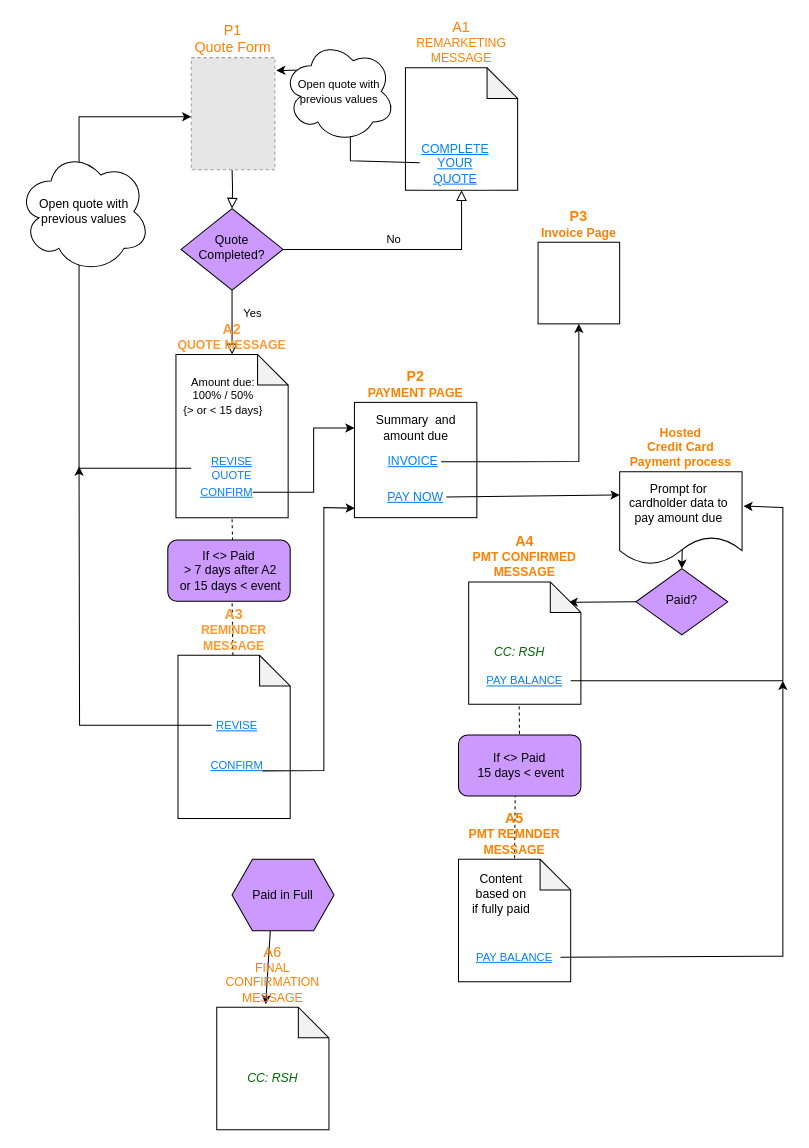
This is WeddingAutoQuote_Rev2.drawio from MikeMooreSOH/MikeMooreSOH, a draw.io file, before an edit. Source tidied: cells renumbered, new cells numbered last; positions are measured from the earlier drawing's top-left corner, leaving out a move shared by most shapes. Both pictures are drawn from the tidied source at 102%, with x=0, y=0 at pixel (17, 40). Pictures stored in the file or linked from it are replaced by grey dashed boxes.
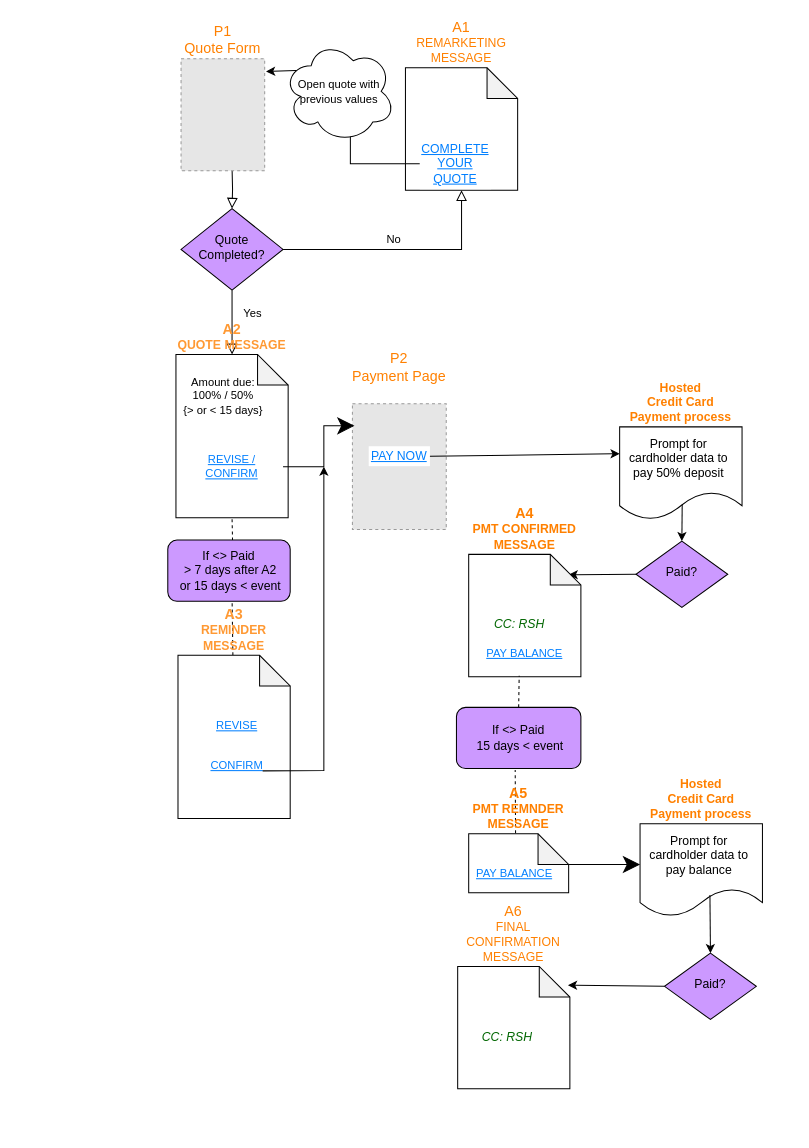
Above is the later version.

The change refers to these unchanged cells:
```xml
<mxCell id="8" value="&lt;font color=&quot;#007FFF&quot;&gt;&lt;u&gt;&lt;font style=&quot;font-size: 11px&quot;&gt;CONFIRM&lt;/font&gt;&lt;/u&gt;&lt;/font&gt;" style="rounded=0;whiteSpace=wrap;html=1;fontColor=#000000;fillColor=#FFFFFF;strokeWidth=0;strokeColor=none;" parent="6" vertex="1">
  <mxGeometry x="33" y="96" width="50" height="23" as="geometry" />
</mxCell>
<mxCell id="9" value="&lt;font color=&quot;#007FFF&quot;&gt;&lt;u&gt;&lt;font style=&quot;font-size: 11px&quot;&gt;REVISE&lt;/font&gt;&lt;/u&gt;&lt;/font&gt;" style="rounded=0;whiteSpace=wrap;html=1;fontColor=#000000;fillColor=#FFFFFF;strokeWidth=0;strokeColor=none;" parent="6" vertex="1">
  <mxGeometry x="33" y="60" width="50" height="17" as="geometry" />
</mxCell>
<mxCell id="15" value="Quote Completed?" style="rhombus;whiteSpace=wrap;html=1;shadow=0;fontFamily=Helvetica;fontSize=12;align=center;strokeWidth=1;spacing=6;spacingTop=-4;fillColor=#CC99FF;" parent="1" vertex="1">
  <mxGeometry x="160" y="165" width="100" height="80" as="geometry" />
</mxCell>
<mxCell id="18" value="&lt;div style=&quot;font-size: 12px&quot;&gt;&lt;font size=&quot;1&quot;&gt;&lt;b&gt;&lt;font style=&quot;font-size: 14px&quot; color=&quot;#FF9933&quot;&gt;A2&lt;/font&gt;&lt;/b&gt;&lt;/font&gt;&lt;/div&gt;&lt;b&gt;&lt;font style=&quot;font-size: 12px&quot; color=&quot;#FF9933&quot;&gt;QUOTE MESSAGE&lt;/font&gt;&lt;/b&gt;" style="shape=note;whiteSpace=wrap;html=1;backgroundOutline=1;darkOpacity=0.05;rounded=0;labelPosition=center;verticalLabelPosition=top;align=center;verticalAlign=bottom;" parent="1" vertex="1">
  <mxGeometry x="155" y="308" width="110" height="160" as="geometry" />
</mxCell>
<mxCell id="26" value="&lt;font color=&quot;#007FFF&quot;&gt;&lt;u&gt;COMPLETE YOUR QUOTE&lt;br&gt;&lt;/u&gt;&lt;/font&gt;" style="rounded=0;whiteSpace=wrap;html=1;fontColor=#000000;fillColor=#FFFFFF;strokeWidth=0;strokeColor=none;" parent="24" vertex="1">
  <mxGeometry x="14" y="69" width="70" height="50" as="geometry" />
</mxCell>
<mxCell id="35" value="&lt;font color=&quot;#007FFF&quot;&gt;&lt;u&gt;&lt;font style=&quot;font-size: 11px&quot;&gt;PAY BALANCE&lt;/font&gt;&lt;/u&gt;&lt;/font&gt;" style="rounded=0;whiteSpace=wrap;html=1;fontColor=#000000;fillColor=#FFFFFF;strokeWidth=0;strokeColor=none;" parent="33" vertex="1">
  <mxGeometry x="10" y="87" width="90" height="20" as="geometry" />
</mxCell>
<mxCell id="38" value="&lt;div&gt;&lt;b&gt;&lt;font color=&quot;#FF8000&quot;&gt;Hosted&lt;/font&gt;&lt;/b&gt;&lt;/div&gt;&lt;div&gt;&lt;b&gt;&lt;font color=&quot;#FF8000&quot;&gt;Credit Card&lt;/font&gt;&lt;/b&gt;&lt;/div&gt;&lt;div&gt;&lt;b&gt;&lt;font color=&quot;#FF8000&quot;&gt;Payment process&lt;br&gt;&lt;/font&gt;&lt;/b&gt;&lt;/div&gt;" style="shape=document;whiteSpace=wrap;html=1;boundedLbl=1;rounded=0;fontColor=#000000;labelPosition=center;verticalLabelPosition=top;align=center;verticalAlign=bottom;" parent="37" vertex="1">
  <mxGeometry width="120" height="91" as="geometry" />
</mxCell>
```

Change to the diagram source:
```diff
@@
-    <mxCell id="2" style="endArrow=classic;html=1;rounded=0;fontSize=11;fontColor=#007FFF;exitX=0.375;exitY=1;exitDx=0;exitDy=0;entryX=0.436;entryY=-0.025;entryDx=0;entryDy=0;entryPerimeter=0;" parent="1" edge="1" source="52" target="53">
-      <mxGeometry relative="1" as="geometry" />
-    </mxCell>
+    <mxCell id="59" value="P2&#10;Payment Page&#10;" style="fillColor=#E6E6E6;strokeColor=#999999;dashed=1;verticalLabelPosition=top;verticalAlign=bottom;labelPosition=center;align=center;fontColor=#FF8000;fontSize=14;" parent="1" vertex="1">
+      <mxGeometry x="328" y="356.3" width="92" height="123.4" as="geometry" />
+    </mxCell>
@@
-    <mxCell id="4" style="endArrow=none;dashed=1;html=1;rounded=0;fontSize=12;fontColor=#000000;entryX=0.463;entryY=0.992;entryDx=0;entryDy=0;entryPerimeter=0;exitX=0.5;exitY=0;exitDx=0;exitDy=0;exitPerimeter=0;" parent="1" edge="1">
+    <mxCell id="4" style="endArrow=none;dashed=1;html=1;rounded=0;fontSize=12;fontColor=#000000;entryX=0.463;entryY=0.992;entryDx=0;entryDy=0;entryPerimeter=0;exitX=0.469;exitY=-0.009;exitDx=0;exitDy=0;exitPerimeter=0;" parent="1" edge="1" source="48">
       <mxGeometry relative="1" as="geometry">
-        <mxPoint x="487" y="802" as="sourcePoint" />
-        <mxPoint x="487.6" y="739.5" as="targetPoint" />
+        <mxPoint x="487.6" y="715.5" as="targetPoint" />
       </mxGeometry>
     </mxCell>
@@
-    <mxCell id="10" value="&lt;div&gt;&lt;font size=&quot;1&quot;&gt;&lt;b&gt;&lt;font style=&quot;font-size: 14px&quot; color=&quot;#FF8000&quot;&gt;P2&lt;/font&gt;&lt;/b&gt;&lt;/font&gt;&lt;/div&gt;&lt;div&gt;&lt;b&gt;&lt;font color=&quot;#FF8000&quot;&gt;PAYMENT PAGE&lt;/font&gt;&lt;/b&gt;&lt;/div&gt;" style="rounded=0;whiteSpace=wrap;html=1;fontSize=12;glass=0;strokeWidth=1;shadow=0;labelPosition=center;verticalLabelPosition=top;align=center;verticalAlign=bottom;" parent="1" vertex="1">
-      <mxGeometry x="330" y="355" width="120" height="113" as="geometry" />
-    </mxCell>
-    <mxCell id="11" value="&lt;font color=&quot;#007FFF&quot;&gt;&lt;u&gt;INVOICE&lt;/u&gt;&lt;/font&gt;" style="rounded=0;whiteSpace=wrap;html=1;fontColor=#000000;fillColor=#FFFFFF;strokeWidth=0;strokeColor=none;" parent="1" vertex="1">
-      <mxGeometry x="360" y="403.5" width="55" height="19.5" as="geometry" />
-    </mxCell>
-    <mxCell id="12" value="Yes" style="rounded=0;html=1;jettySize=auto;fontSize=11;endArrow=block;endFill=0;endSize=8;strokeWidth=1;shadow=0;labelBackgroundColor=none;edgeStyle=orthogonalEdgeStyle;labelPosition=center;verticalLabelPosition=top;align=center;verticalAlign=bottom;" parent="1" edge="1" source="15" target="18">
+    <mxCell id="12" value="Yes" style="rounded=0;html=1;jettySize=auto;fontSize=11;endArrow=block;endFill=0;endSize=8;strokeWidth=1;shadow=0;labelBackgroundColor=none;edgeStyle=orthogonalEdgeStyle;labelPosition=center;verticalLabelPosition=top;align=center;verticalAlign=bottom;startArrow=none;exitX=0.5;exitY=1;exitDx=0;exitDy=0;" parent="1" edge="1" source="15" target="18">
       <mxGeometry y="20" relative="1" as="geometry" />
     </mxCell>
@@
-    <mxCell id="16" style="endArrow=classic;html=1;rounded=0;fontColor=#FF8000;entryX=0.5;entryY=1;entryDx=0;entryDy=0;exitX=1;exitY=0.5;exitDx=0;exitDy=0;" parent="1" edge="1" source="11" target="17">
-      <mxGeometry relative="1" as="geometry">
-        <Array as="points">
-          <mxPoint x="550" y="413" />
-        </Array>
-      </mxGeometry>
-    </mxCell>
-    <mxCell id="17" value="&lt;div&gt;&lt;font size=&quot;1&quot;&gt;&lt;b&gt;&lt;font style=&quot;font-size: 14px&quot; color=&quot;#FF8000&quot;&gt;P3&lt;/font&gt;&lt;/b&gt;&lt;/font&gt;&lt;/div&gt;&lt;div&gt;&lt;b&gt;&lt;font color=&quot;#FF8000&quot;&gt;Invoice Page&lt;br&gt;&lt;/font&gt;&lt;/b&gt;&lt;/div&gt;" style="whiteSpace=wrap;html=1;rounded=0;fontColor=#FF8000;labelPosition=center;verticalLabelPosition=top;align=center;verticalAlign=bottom;" parent="1" vertex="1">
-      <mxGeometry x="510" y="198" width="80" height="80" as="geometry" />
-    </mxCell>
@@
-    <mxCell id="19" style="endArrow=classic;html=1;rounded=0;fontColor=#000000;exitX=1;exitY=0.75;exitDx=0;exitDy=0;entryX=0;entryY=0.204;entryDx=0;entryDy=0;entryPerimeter=0;" parent="1" edge="1">
-      <mxGeometry relative="1" as="geometry">
-        <mxPoint x="230" y="443.2" as="sourcePoint" />
-        <mxPoint x="330" y="380.1" as="targetPoint" />
-        <Array as="points">
-          <mxPoint x="250" y="443" />
-          <mxPoint x="280" y="443" />
-          <mxPoint x="290" y="443" />
-          <mxPoint x="290" y="380" />
-        </Array>
-      </mxGeometry>
-    </mxCell>
-    <mxCell id="20" style="edgeStyle=orthogonalEdgeStyle;rounded=0;jettySize=auto;html=1;exitX=0;exitY=0.5;exitDx=0;exitDy=0;fontSize=12;fontColor=#000000;startArrow=none;startFill=0;endArrow=classic;endFill=1;entryX=0;entryY=0.391;entryDx=0;entryDy=0;entryPerimeter=0;" parent="1" edge="1" source="21">
-      <mxGeometry relative="1" as="geometry">
-        <mxPoint x="170" y="75" as="targetPoint" />
-        <Array as="points">
-          <mxPoint x="60" y="420" />
-          <mxPoint x="60" y="75" />
-        </Array>
-      </mxGeometry>
-    </mxCell>
-    <mxCell id="21" value="&lt;font color=&quot;#007FFF&quot;&gt;&lt;u&gt;REVISE QUOTE&lt;br&gt;&lt;/u&gt;&lt;/font&gt;" style="rounded=0;whiteSpace=wrap;html=1;fontColor=#000000;fillColor=#FFFFFF;strokeWidth=0;strokeColor=none;fontSize=11;" parent="1" vertex="1">
-      <mxGeometry x="170" y="411" width="80" height="17" as="geometry" />
+    <mxCell id="21" value="&lt;font color=&quot;#007FFF&quot;&gt;&lt;u&gt;REVISE / CONFIRM&lt;br&gt;&lt;/u&gt;&lt;/font&gt;" style="rounded=0;whiteSpace=wrap;html=1;fontColor=#000000;fillColor=#FFFFFF;strokeWidth=0;strokeColor=none;fontSize=11;" parent="1" vertex="1">
+      <mxGeometry x="160" y="398" width="100" height="40" as="geometry" />
     </mxCell>
-    <mxCell id="22" value="&lt;font size=&quot;1&quot; color=&quot;#007FFF&quot;&gt;&lt;u style=&quot;font-size: 11px&quot;&gt;CONFIRM&lt;/u&gt;&lt;/font&gt;" style="rounded=0;whiteSpace=wrap;html=1;fontColor=#000000;fillColor=#FFFFFF;strokeWidth=0;strokeColor=none;" parent="1" vertex="1">
-      <mxGeometry x="180" y="431" width="50" height="23" as="geometry" />
-    </mxCell>
     <mxCell id="23" value="P1&#10;Quote Form" style="fillColor=#E6E6E6;strokeColor=#999999;dashed=1;verticalLabelPosition=top;verticalAlign=bottom;labelPosition=center;align=center;fontColor=#FF8000;fontSize=14;" parent="1" vertex="1">
-      <mxGeometry x="170" y="17" width="82" height="110" as="geometry" />
+      <mxGeometry x="160" y="18" width="82" height="110" as="geometry" />
     </mxCell>
@@
     <mxCell id="27" value="&lt;font color=&quot;#007FFF&quot;&gt;&lt;u&gt;PAY NOW&lt;/u&gt;&lt;/font&gt;" style="rounded=0;whiteSpace=wrap;html=1;fontColor=#000000;fillColor=#FFFFFF;strokeWidth=0;strokeColor=none;" parent="1" vertex="1">
-      <mxGeometry x="360" y="438" width="60" height="19.5" as="geometry" />
+      <mxGeometry x="344" y="398" width="60" height="19.5" as="geometry" />
     </mxCell>
-    <mxCell id="28" style="endArrow=classic;html=1;rounded=0;fontSize=12;fontColor=#FF8000;entryX=0;entryY=0.25;entryDx=0;entryDy=0;exitX=1;exitY=0.5;exitDx=0;exitDy=0;" parent="1" edge="1" source="27" target="38">
+    <mxCell id="28" style="endArrow=classic;html=1;rounded=0;fontSize=12;fontColor=#FF8000;entryX=0;entryY=0.289;entryDx=0;entryDy=0;exitX=1;exitY=0.5;exitDx=0;exitDy=0;entryPerimeter=0;" parent="1" edge="1" source="27" target="38">
       <mxGeometry relative="1" as="geometry" />
     </mxCell>
-    <mxCell id="29" value="&lt;div&gt;Summary&amp;nbsp; and amount due&lt;br&gt;&lt;/div&gt;" style="text;html=1;strokeColor=none;fillColor=none;align=center;verticalAlign=middle;whiteSpace=wrap;rounded=0;fontSize=12;fontColor=#000000;" parent="1" vertex="1">
-      <mxGeometry x="348.8" y="361" width="82.5" height="37" as="geometry" />
-    </mxCell>
     <mxCell id="30" value="Paid?" style="rhombus;whiteSpace=wrap;html=1;shadow=0;fontFamily=Helvetica;fontSize=12;align=center;strokeWidth=1;spacing=6;spacingTop=-4;fillColor=#CC99FF;" parent="1" vertex="1">
-      <mxGeometry x="606" y="518" width="90" height="65" as="geometry" />
+      <mxGeometry x="606" y="491" width="90" height="65" as="geometry" />
     </mxCell>
@@
     <mxCell id="32" style="endArrow=none;html=1;rounded=0;fontSize=12;fontColor=#000000;startArrow=classic;startFill=1;endFill=0;entryX=0;entryY=0.5;entryDx=0;entryDy=0;" parent="1" edge="1" target="30">
       <mxGeometry relative="1" as="geometry">
-        <mxPoint x="540" y="551" as="sourcePoint" />
+        <mxPoint x="540" y="524" as="sourcePoint" />
       </mxGeometry>
     </mxCell>
     <mxCell id="33" style="group;" parent="1" vertex="1">
-      <mxGeometry x="442" y="531" width="110" height="120" as="geometry" />
+      <mxGeometry x="442" y="504" width="110" height="120" as="geometry" />
     </mxCell>
@@
     <mxCell id="37" style="group;" parent="1" vertex="1">
-      <mxGeometry x="590" y="423" width="120" height="91" as="geometry" />
+      <mxGeometry x="590" y="379" width="120" height="91" as="geometry" />
     </mxCell>
@@
-    <mxCell id="39" value="Prompt for cardholder data to pay amount due" style="text;html=1;strokeColor=none;fillColor=none;align=center;verticalAlign=middle;whiteSpace=wrap;rounded=0;fontSize=12;fontColor=#000000;" parent="37" vertex="1">
+    <mxCell id="39" value="Prompt for cardholder data to pay 50% deposit" style="text;html=1;strokeColor=none;fillColor=none;align=center;verticalAlign=middle;whiteSpace=wrap;rounded=0;fontSize=12;fontColor=#000000;" parent="37" vertex="1">
       <mxGeometry x="6" y="1" width="104" height="60" as="geometry" />
     </mxCell>
@@
-    <mxCell id="41" value="Open quote with previous values" style="ellipse;shape=cloud;whiteSpace=wrap;html=1;fontSize=12;fontColor=#000000;" parent="1" vertex="1">
-      <mxGeometry y="108" width="130" height="120" as="geometry" />
-    </mxCell>
-    <mxCell id="42" style="edgeStyle=orthogonalEdgeStyle;rounded=0;jettySize=auto;html=1;exitX=0;exitY=0.5;exitDx=0;exitDy=0;fontSize=12;fontColor=#000000;startArrow=none;startFill=0;endArrow=classic;endFill=1;" parent="1" edge="1" source="9">
-      <mxGeometry relative="1" as="geometry">
-        <mxPoint x="60" y="418" as="targetPoint" />
-      </mxGeometry>
-    </mxCell>
-    <mxCell id="43" style="endArrow=classic;html=1;rounded=0;fontColor=#000000;exitX=1;exitY=0.75;exitDx=0;exitDy=0;entryX=0.003;entryY=0.919;entryDx=0;entryDy=0;entryPerimeter=0;" parent="1" edge="1" source="8" target="10">
+    <mxCell id="43" style="endArrow=classic;html=1;rounded=0;fontColor=#000000;exitX=1;exitY=0.75;exitDx=0;exitDy=0;" parent="1" edge="1" source="8">
       <mxGeometry relative="1" as="geometry">
+        <mxPoint x="300" y="418" as="targetPoint" />
         <Array as="points">
           <mxPoint x="300" y="716" />
           <mxPoint x="300" y="458" />
         </Array>
       </mxGeometry>
     </mxCell>
@@
     <mxCell id="46" value="&lt;div&gt;If &amp;lt;&amp;gt; Paid&lt;/div&gt;&lt;div&gt;&amp;nbsp;15 days &amp;lt; event&lt;br&gt;&lt;/div&gt;" style="rounded=1;whiteSpace=wrap;html=1;fontSize=12;fontColor=#000000;fillColor=#CC99FF;" parent="1" vertex="1">
-      <mxGeometry x="432" y="681" width="120" height="60" as="geometry" />
+      <mxGeometry x="430" y="654" width="122" height="60" as="geometry" />
     </mxCell>
     <mxCell id="47" style="group;" parent="1" vertex="1">
-      <mxGeometry x="432" y="803" width="110" height="120" as="geometry" />
+      <mxGeometry x="442" y="778" width="98" height="75" as="geometry" />
     </mxCell>
     <mxCell id="48" value="&lt;div&gt;&lt;font size=&quot;1&quot;&gt;&lt;b&gt;&lt;font style=&quot;font-size: 14px&quot; color=&quot;#FF8000&quot;&gt;A5&lt;/font&gt;&lt;/b&gt;&lt;/font&gt;&lt;/div&gt;&lt;div&gt;&lt;b&gt;&lt;font color=&quot;#FF8000&quot;&gt;PMT REMNDER&lt;br&gt;&lt;/font&gt;&lt;/b&gt;&lt;/div&gt;&lt;div&gt;&lt;b&gt;&lt;font color=&quot;#FF8000&quot;&gt;MESSAGE&lt;/font&gt;&lt;/b&gt;&lt;/div&gt;" style="shape=note;whiteSpace=wrap;html=1;backgroundOutline=1;darkOpacity=0.05;rounded=0;labelPosition=center;verticalLabelPosition=top;align=center;verticalAlign=bottom;" parent="47" vertex="1">
-      <mxGeometry width="110" height="120" as="geometry" />
+      <mxGeometry width="98" height="57.7" as="geometry" />
     </mxCell>
     <mxCell id="49" value="&lt;font color=&quot;#007FFF&quot;&gt;&lt;u&gt;&lt;font style=&quot;font-size: 11px&quot;&gt;PAY BALANCE&lt;/font&gt;&lt;/u&gt;&lt;/font&gt;" style="rounded=0;whiteSpace=wrap;html=1;fontColor=#000000;fillColor=#FFFFFF;strokeWidth=0;strokeColor=none;" parent="47" vertex="1">
-      <mxGeometry x="10" y="86" width="90" height="20" as="geometry" />
+      <mxGeometry x="4.9" y="33.2" width="80.2" height="12.5" as="geometry" />
     </mxCell>
-    <mxCell id="50" value="Content based on if fully paid" style="text;html=1;strokeColor=none;fillColor=none;align=center;verticalAlign=middle;whiteSpace=wrap;rounded=0;fontSize=12;fontColor=#000000;" parent="47" vertex="1">
-      <mxGeometry x="12" y="9" width="60" height="50" as="geometry" />
-    </mxCell>
-    <mxCell id="51" style="endArrow=none;dashed=1;html=1;rounded=0;fontSize=12;fontColor=#000000;entryX=0.45;entryY=1;entryDx=0;entryDy=0;entryPerimeter=0;" parent="1" edge="1">
+    <mxCell id="51" style="endArrow=none;dashed=1;html=1;rounded=0;fontSize=12;fontColor=#000000;entryX=0.45;entryY=1;entryDx=0;entryDy=0;entryPerimeter=0;exitX=0.5;exitY=0;exitDx=0;exitDy=0;" parent="1" edge="1" source="46">
       <mxGeometry relative="1" as="geometry">
-        <mxPoint x="491.8" y="680" as="sourcePoint" />
-        <mxPoint x="491.5" y="650" as="targetPoint" />
+        <mxPoint x="491.5" y="623" as="targetPoint" />
       </mxGeometry>
     </mxCell>
-    <mxCell id="52" value="Paid in Full" style="shape=hexagon;perimeter=hexagonPerimeter2;whiteSpace=wrap;html=1;fixedSize=1;fontSize=12;fontColor=#000000;fillColor=#CC99FF;" parent="1" vertex="1">
-      <mxGeometry x="210" y="803" width="100" height="70" as="geometry" />
-    </mxCell>
     <mxCell id="53" value="&lt;div&gt;&lt;font style=&quot;font-size: 14px&quot; color=&quot;#FF8000&quot;&gt;A6&lt;/font&gt;&lt;/div&gt;&lt;div&gt;&lt;font color=&quot;#FF8000&quot;&gt;FINAL CONFIRMATION MESSAGE&lt;br&gt;&lt;/font&gt;&lt;/div&gt;" style="shape=note;whiteSpace=wrap;html=1;backgroundOutline=1;darkOpacity=0.05;rounded=0;labelPosition=center;verticalLabelPosition=top;align=center;verticalAlign=bottom;" parent="1" vertex="1">
-      <mxGeometry x="195" y="948" width="110" height="120" as="geometry" />
+      <mxGeometry x="431.2" y="908" width="110" height="120" as="geometry" />
     </mxCell>
     <mxCell id="54" value="&lt;font color=&quot;#006600&quot;&gt;&lt;i&gt;CC: RSH&lt;/i&gt;&lt;/font&gt;" style="text;html=1;strokeColor=none;fillColor=none;align=center;verticalAlign=middle;whiteSpace=wrap;rounded=0;fontSize=12;fontColor=#FF8000;" parent="1" vertex="1">
-      <mxGeometry x="220" y="1008" width="60" height="20" as="geometry" />
+      <mxGeometry x="450" y="968" width="60" height="20" as="geometry" />
     </mxCell>
     <mxCell id="55" style="endArrow=classic;html=1;rounded=0;fontSize=11;fontColor=#007FFF;entryX=1.016;entryY=0.115;entryDx=0;entryDy=0;entryPerimeter=0;" parent="1" edge="1" source="26" target="23">
       <mxGeometry relative="1" as="geometry">
         <Array as="points">
-          <mxPoint x="326" y="118" />
+          <mxPoint x="326" y="121" />
           <mxPoint x="326" y="28" />
         </Array>
       </mxGeometry>
     </mxCell>
@@
-    <mxCell id="57" style="endArrow=classic;html=1;rounded=0;fontSize=11;fontColor=#007FFF;entryX=1.011;entryY=0.37;entryDx=0;entryDy=0;entryPerimeter=0;" parent="1" edge="1" source="35" target="38">
-      <mxGeometry relative="1" as="geometry">
-        <Array as="points">
-          <mxPoint x="750" y="628" />
-          <mxPoint x="750" y="458" />
-        </Array>
-      </mxGeometry>
-    </mxCell>
-    <mxCell id="58" style="endArrow=classic;html=1;rounded=0;fontSize=11;fontColor=#007FFF;exitX=1;exitY=0.5;exitDx=0;exitDy=0;" parent="1" edge="1" source="49">
-      <mxGeometry relative="1" as="geometry">
-        <mxPoint x="750" y="628" as="targetPoint" />
-        <Array as="points">
-          <mxPoint x="750" y="898" />
-        </Array>
-      </mxGeometry>
-    </mxCell>
+    <mxCell id="60" style="endArrow=classic;html=1;rounded=0;startSize=14;endSize=14;sourcePerimeterSpacing=8;targetPerimeterSpacing=8;exitX=1;exitY=0.5;exitDx=0;exitDy=0;" parent="1" edge="1" source="21">
+      <mxGeometry relative="1" as="geometry">
+        <mxPoint x="330" y="378" as="targetPoint" />
+        <Array as="points">
+          <mxPoint x="300" y="418" />
+          <mxPoint x="300" y="378" />
+        </Array>
+      </mxGeometry>
+    </mxCell>
+    <mxCell id="61" style="group;" parent="1" vertex="1">
+      <mxGeometry x="610" y="768" width="120" height="91" as="geometry" />
+    </mxCell>
+    <mxCell id="62" value="&lt;div&gt;&lt;b&gt;&lt;font color=&quot;#FF8000&quot;&gt;Hosted&lt;/font&gt;&lt;/b&gt;&lt;/div&gt;&lt;div&gt;&lt;b&gt;&lt;font color=&quot;#FF8000&quot;&gt;Credit Card&lt;/font&gt;&lt;/b&gt;&lt;/div&gt;&lt;div&gt;&lt;b&gt;&lt;font color=&quot;#FF8000&quot;&gt;Payment process&lt;br&gt;&lt;/font&gt;&lt;/b&gt;&lt;/div&gt;" style="shape=document;whiteSpace=wrap;html=1;boundedLbl=1;rounded=0;fontColor=#000000;labelPosition=center;verticalLabelPosition=top;align=center;verticalAlign=bottom;" parent="61" vertex="1">
+      <mxGeometry width="120" height="91" as="geometry" />
+    </mxCell>
+    <mxCell id="63" value="Prompt for cardholder data to pay balance" style="text;html=1;strokeColor=none;fillColor=none;align=center;verticalAlign=middle;whiteSpace=wrap;rounded=0;fontSize=12;fontColor=#000000;" parent="61" vertex="1">
+      <mxGeometry x="6" y="1" width="104" height="60" as="geometry" />
+    </mxCell>
+    <mxCell id="64" style="endArrow=classic;html=1;rounded=0;fontSize=11;startSize=14;endSize=14;sourcePerimeterSpacing=8;targetPerimeterSpacing=8;entryX=0;entryY=0.44;entryDx=0;entryDy=0;entryPerimeter=0;exitX=0;exitY=0;exitDx=98;exitDy=30;exitPerimeter=0;" parent="1" edge="1" source="48" target="62">
+      <mxGeometry relative="1" as="geometry" />
+    </mxCell>
+    <mxCell id="65" value="Paid?" style="rhombus;whiteSpace=wrap;html=1;shadow=0;fontFamily=Helvetica;fontSize=12;align=center;strokeWidth=1;spacing=6;spacingTop=-4;fillColor=#CC99FF;" parent="1" vertex="1">
+      <mxGeometry x="634" y="895" width="90" height="65" as="geometry" />
+    </mxCell>
+    <mxCell id="66" style="endArrow=none;html=1;rounded=0;fontSize=12;fontColor=#000000;startArrow=classic;startFill=1;endFill=0;entryX=0;entryY=0.5;entryDx=0;entryDy=0;exitX=0.983;exitY=0.153;exitDx=0;exitDy=0;exitPerimeter=0;" parent="1" edge="1" source="53" target="65">
+      <mxGeometry relative="1" as="geometry" />
+    </mxCell>
+    <mxCell id="67" style="endArrow=classic;html=1;rounded=0;fontSize=12;fontColor=#000000;exitX=0.571;exitY=0.769;exitDx=0;exitDy=0;exitPerimeter=0;entryX=0.5;entryY=0;entryDx=0;entryDy=0;" parent="1" edge="1" source="62" target="65">
+      <mxGeometry relative="1" as="geometry" />
+    </mxCell>
```
